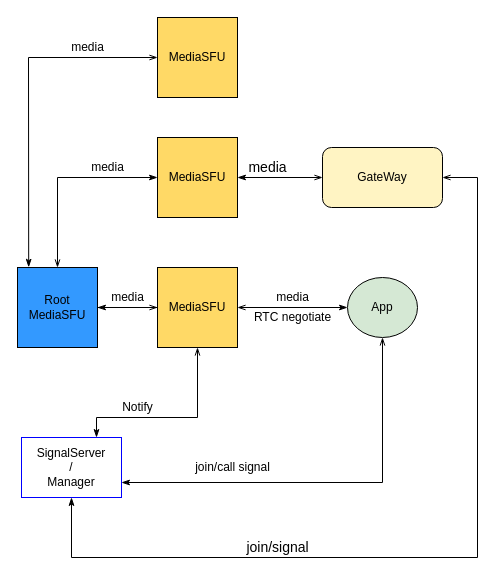
This is poc2.drawio from xibeidong/DrawIO, a draw.io file, before an edit. Source tidied: cells renumbered, new cells numbered last; positions are measured from the earlier drawing's top-left corner, leaving out a move shared by most shapes. Both pictures are drawn from the tidied source at 100%, with x=0, y=0 at pixel (17, 17).
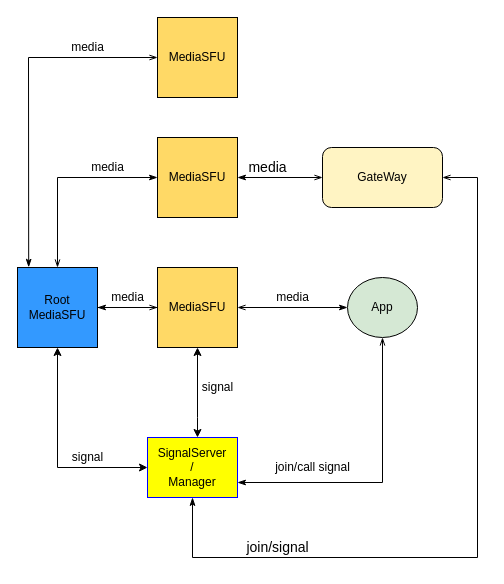
Above is the later version.

The change refers to these unchanged cells:
```xml
<mxCell id="5" value="Root&lt;br&gt;MediaSFU" style="whiteSpace=wrap;html=1;fillColor=#3399FF;" parent="1" vertex="1">
  <mxGeometry y="250" width="80" height="80" as="geometry" />
</mxCell>
<mxCell id="8" value="GateWay" style="rounded=1;whiteSpace=wrap;html=1;fillColor=#FFF4C3;" parent="1" vertex="1">
  <mxGeometry x="305" y="130" width="120" height="60" as="geometry" />
</mxCell>
<mxCell id="12" value="MediaSFU" style="whiteSpace=wrap;html=1;fillColor=#FFD966;" parent="1" vertex="1">
  <mxGeometry x="140" y="250" width="80" height="80" as="geometry" />
</mxCell>
```

Diff of the diagram source:
```diff
@@
-    <mxCell id="2" value="SignalServer&lt;br&gt;/&lt;br&gt;Manager" style="rounded=0;whiteSpace=wrap;html=1;strokeColor=#0000FF;fillColor=none;" parent="1" vertex="1">
-      <mxGeometry x="4" y="420" width="100" height="60" as="geometry" />
+    <mxCell id="2" value="SignalServer&lt;br&gt;/&lt;br&gt;Manager" style="rounded=0;whiteSpace=wrap;html=1;strokeColor=#0000FF;fillColor=#FFFF00;" parent="1" vertex="1">
+      <mxGeometry x="130" y="420" width="90" height="60" as="geometry" />
     </mxCell>
@@
+    <mxCell id="27" style="edgeStyle=orthogonalEdgeStyle;rounded=0;jettySize=auto;html=1;entryX=0;entryY=0.5;entryDx=0;entryDy=0;startArrow=classic;startFill=1;" parent="1" edge="1" source="5" target="2">
+      <mxGeometry relative="1" as="geometry">
+        <Array as="points">
+          <mxPoint x="40" y="450" />
+        </Array>
+      </mxGeometry>
+    </mxCell>
@@
     <mxCell id="7" style="edgeStyle=none;rounded=0;jettySize=auto;html=1;entryX=0.5;entryY=1;entryDx=0;entryDy=0;fontSize=14;startArrow=openThin;startFill=0;endArrow=classicThin;endFill=1;strokeColor=default;" parent="1" edge="1" source="8" target="2">
       <mxGeometry relative="1" as="geometry">
         <Array as="points">
           <mxPoint x="460" y="160" />
           <mxPoint x="460" y="540" />
-          <mxPoint x="54" y="540" />
+          <mxPoint x="175" y="540" />
         </Array>
       </mxGeometry>
     </mxCell>
@@
-    <mxCell id="11" style="edgeStyle=none;rounded=0;jettySize=auto;html=1;entryX=0.75;entryY=0;entryDx=0;entryDy=0;startArrow=openThin;startFill=0;endArrow=classicThin;endFill=1;strokeColor=default;" parent="1" edge="1" source="12" target="2">
+    <mxCell id="11" style="edgeStyle=orthogonalEdgeStyle;rounded=0;jettySize=auto;html=1;startArrow=classic;startFill=1;" parent="1" edge="1" source="12" target="2">
       <mxGeometry relative="1" as="geometry">
         <Array as="points">
           <mxPoint x="180" y="400" />
-          <mxPoint x="79" y="400" />
+          <mxPoint x="180" y="400" />
         </Array>
       </mxGeometry>
     </mxCell>
@@
     <mxCell id="22" value="join/call signal" style="text;html=1;align=center;verticalAlign=middle;strokeColor=none;fillColor=none;" parent="1" vertex="1">
-      <mxGeometry x="170" y="440" width="90" height="20" as="geometry" />
+      <mxGeometry x="250" y="440" width="90" height="20" as="geometry" />
     </mxCell>
-    <mxCell id="23" value="Notify" style="text;html=1;align=center;verticalAlign=middle;strokeColor=none;fillColor=none;" parent="1" vertex="1">
-      <mxGeometry x="95" y="380" width="50" height="20" as="geometry" />
-    </mxCell>
-    <mxCell id="24" value="RTC negotiate" style="text;html=1;align=center;verticalAlign=middle;strokeColor=none;fillColor=none;" parent="1" vertex="1">
-      <mxGeometry x="230" y="290" width="90" height="20" as="geometry" />
-    </mxCell>
@@
+    <mxCell id="28" value="signal" style="text;html=1;align=center;verticalAlign=middle;strokeColor=none;fillColor=none;" parent="1" vertex="1">
+      <mxGeometry x="175" y="360" width="50" height="20" as="geometry" />
+    </mxCell>
+    <mxCell id="29" value="signal" style="text;html=1;align=center;verticalAlign=middle;strokeColor=none;fillColor=none;" parent="1" vertex="1">
+      <mxGeometry x="45" y="430" width="50" height="20" as="geometry" />
+    </mxCell>
```
